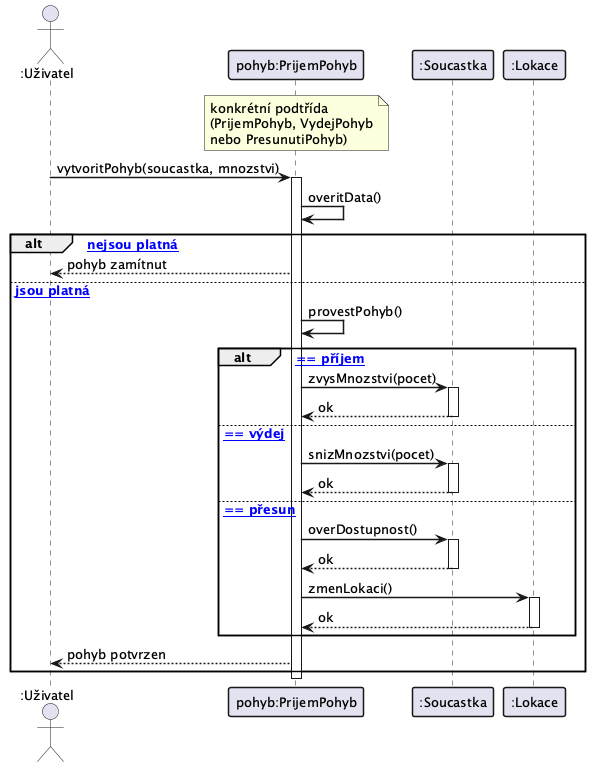
Earlier version of the PlantUML export docs/images/13_sequence_pohyb.png (lkvapil/kOdevzdaniProjektWMS).
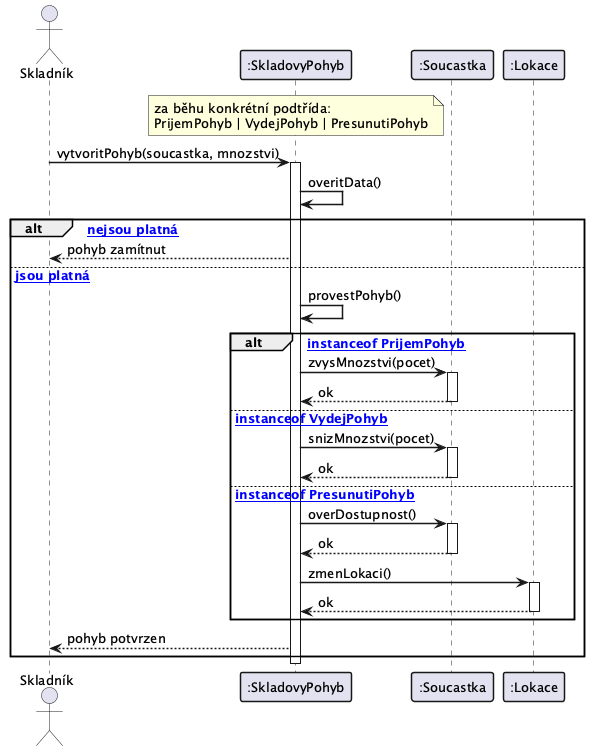
After the change.

What changed in the source:
```diff
@@ -4,9 +4,9 @@
 skinparam sequenceParticipantBorderThickness 1.5
 skinparam sequenceGroupBorderThickness 1.5
 
-actor ":Uživatel" as Uzivatel
-participant "pohyb:PrijemPohyb" as Pohyb
-note over Pohyb : konkrétní podtřída\n(PrijemPohyb, VydejPohyb\nnebo PresunutiPohyb)
+actor "Skladník" as Uzivatel
+participant ":SkladovyPohyb" as Pohyb
+note over Pohyb : za běhu konkrétní podtřída:\nPrijemPohyb | VydejPohyb | PresunutiPohyb
 participant ":Soucastka" as Soucastka
 participant ":Lokace" as Lokace
 
@@ -21,19 +21,19 @@
 else [data jsou platná]
     Pohyb -> Pohyb : provestPohyb()
 
-    alt [typ == příjem]
+    alt [pohyb instanceof PrijemPohyb]
         Pohyb -> Soucastka : zvysMnozstvi(pocet)
         activate Soucastka
         Soucastka --> Pohyb : ok
         deactivate Soucastka
 
-    else [typ == výdej]
+    else [pohyb instanceof VydejPohyb]
         Pohyb -> Soucastka : snizMnozstvi(pocet)
         activate Soucastka
         Soucastka --> Pohyb : ok
         deactivate Soucastka
 
-    else [typ == přesun]
+    else [pohyb instanceof PresunutiPohyb]
         Pohyb -> Soucastka : overDostupnost()
         activate Soucastka
         Soucastka --> Pohyb : ok
```
